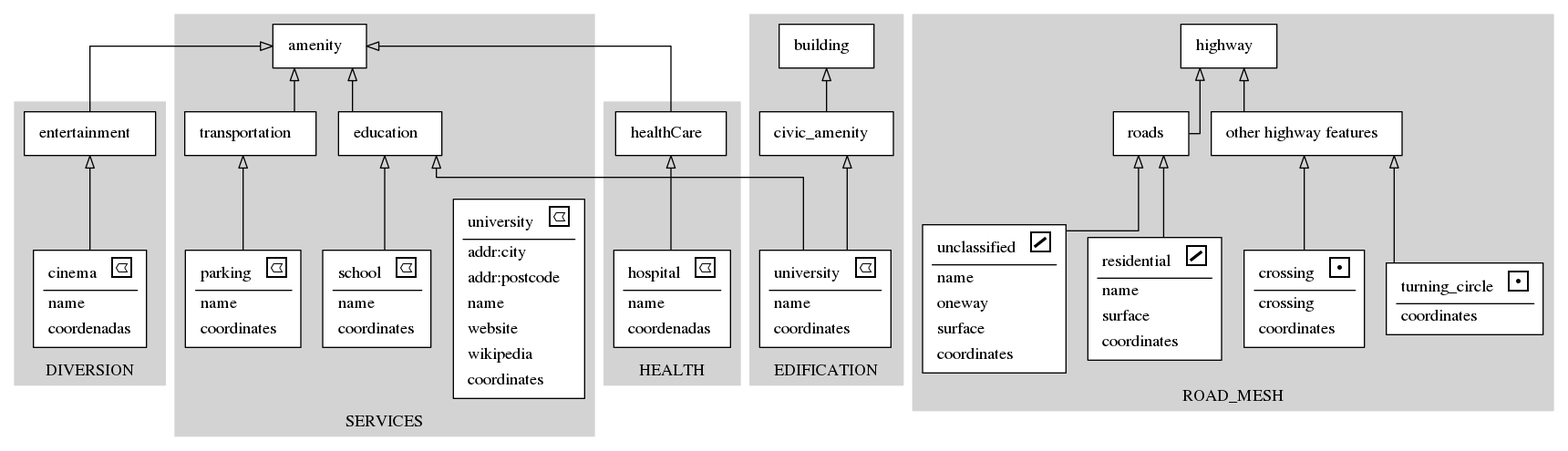
The Graphviz diagram schema.gv.png in vinisperandio/OSM2Diagram_optmizated, before a commit. Its source is kept beside it as schema.gv.
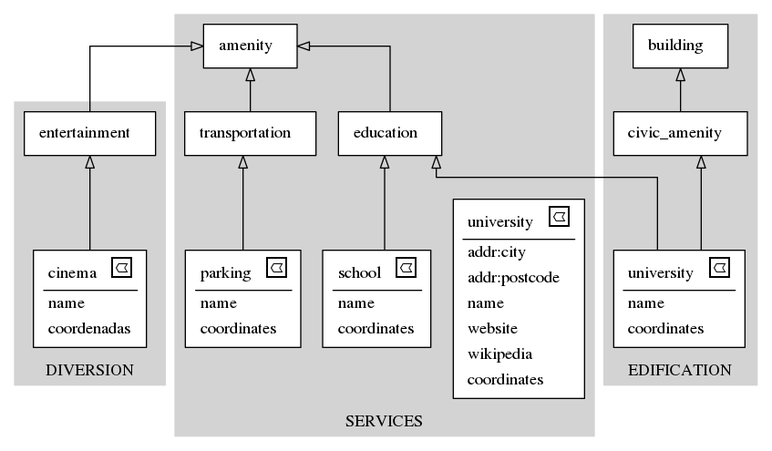
The same diagram one commit later.

Change to the diagram source:
```diff
@@ -102,121 +102,11 @@
 			</TR>
 			</TABLE>>]
 	}
-	subgraph cluster_HEALTH {
-		node [color=black style=filled]
-		color=lightgrey style=filled
-		label=HEALTH
-		8[style = "filled, bold" penwidth = "1" fillcolor="white" label=<
-			<TABLE color="black" border="0">
-			 <TR>
-				<TD align="center"><font color="black">hospital</font>
-				<font FACE="sigmoda" POINT-SIZE="20.0"> e</font></TD>
-			</TR>
-			<hr/>
-			<TR>
-				<TD align="left">name</TD>
-			 </TR>
-			<TR>
-				<TD align="left">coordenadas</TD>
-			 </TR>
-			</TABLE>>]
-		9[style = "filled, bold" penwidth = "1" fillcolor="white" label=<
-			<TABLE color="black" border="0">
-			 <TR>
-				<TD align="center"><font color="black">healthCare</font>  </TD>
-			</TR>
-			</TABLE>>]
-	}
-	subgraph cluster_ROAD_MESH {
-		node [color=black style=filled]
-		color=lightgrey style=filled
-		label=ROAD_MESH
-		10[style = "filled, bold" penwidth = "1" fillcolor="white" label=<
-			<TABLE color="black" border="0">
-			 <TR>
-				<TD align="center"><font color="black">turning_circle</font>
-				<font FACE="sigmoda" POINT-SIZE="20.0"> b</font></TD>
-			</TR>
-			<hr/>
-			<TR>
-				<TD align="left">coordinates</TD>
-			 </TR>
-			</TABLE>>]
-		11[style = "filled, bold" penwidth = "1" fillcolor="white" label=<
-			<TABLE color="black" border="0">
-			 <TR>
-				<TD align="center"><font color="black">highway</font>  </TD>
-			</TR>
-			</TABLE>>]
-		12[style = "filled, bold" penwidth = "1" fillcolor="white" label=<
-			<TABLE color="black" border="0">
-			 <TR>
-				<TD align="center"><font color="black">crossing</font>
-				<font FACE="sigmoda" POINT-SIZE="20.0"> b</font></TD>
-			</TR>
-			<hr/>
-			<TR>
-				<TD align="left">crossing</TD>
-			 </TR>
-			<TR>
-				<TD align="left">coordinates</TD>
-			 </TR>
-			</TABLE>>]
-		13[style = "filled, bold" penwidth = "1" fillcolor="white" label=<
-			<TABLE color="black" border="0">
-			 <TR>
-				<TD align="center"><font color="black">residential</font>
-				<font FACE="sigmoda" POINT-SIZE="20.0"> w</font></TD>
-			</TR>
-			<hr/>
-			<TR>
-				<TD align="left">name</TD>
-			 </TR>
-			<TR>
-				<TD align="left">surface</TD>
-			 </TR>
-			<TR>
-				<TD align="left">coordinates</TD>
-			 </TR>
-			</TABLE>>]
-		14[style = "filled, bold" penwidth = "1" fillcolor="white" label=<
-			<TABLE color="black" border="0">
-			 <TR>
-				<TD align="center"><font color="black">unclassified</font>
-				<font FACE="sigmoda" POINT-SIZE="20.0"> w</font></TD>
-			</TR>
-			<hr/>
-			<TR>
-				<TD align="left">name</TD>
-			 </TR>
-			<TR>
-				<TD align="left">oneway</TD>
-			 </TR>
-			<TR>
-				<TD align="left">surface</TD>
-			 </TR>
-			<TR>
-				<TD align="left">coordinates</TD>
-			 </TR>
-			</TABLE>>]
-		15[style = "filled, bold" penwidth = "1" fillcolor="white" label=<
-			<TABLE color="black" border="0">
-			 <TR>
-				<TD align="center"><font color="black">other highway features</font>  </TD>
-			</TR>
-			</TABLE>>]
-		16[style = "filled, bold" penwidth = "1" fillcolor="white" label=<
-			<TABLE color="black" border="0">
-			 <TR>
-				<TD align="center"><font color="black">roads</font>  </TD>
-			</TR>
-			</TABLE>>]
-	}
 	subgraph cluster_EDIFICATION {
 		node [color=black style=filled]
 		color=lightgrey style=filled
 		label=EDIFICATION
-		17[style = "filled, bold" penwidth = "1" fillcolor="white" label=<
+		8[style = "filled, bold" penwidth = "1" fillcolor="white" label=<
 			<TABLE color="black" border="0">
 			 <TR>
 				<TD align="center"><font color="black">university</font>
@@ -230,13 +120,13 @@
 				<TD align="left">coordinates</TD>
 			 </TR>
 			</TABLE>>]
-		18[style = "filled, bold" penwidth = "1" fillcolor="white" label=<
+		9[style = "filled, bold" penwidth = "1" fillcolor="white" label=<
 			<TABLE color="black" border="0">
 			 <TR>
 				<TD align="center"><font color="black">building</font>  </TD>
 			</TR>
 			</TABLE>>]
-		19[style = "filled, bold" penwidth = "1" fillcolor="white" label=<
+		10[style = "filled, bold" penwidth = "1" fillcolor="white" label=<
 			<TABLE color="black" border="0">
 			 <TR>
 				<TD align="center"><font color="black">civic_amenity</font>  </TD>
@@ -245,21 +135,13 @@
 	}
 		0 -> 1[arrowhead=onormal]
 		1 -> 3[arrowhead=onormal]
-		17 -> 6[arrowhead=onormal]
-		17 -> 19[arrowhead=onormal]
+		8 -> 6[arrowhead=onormal]
+		8 -> 10[arrowhead=onormal]
 		4 -> 6[arrowhead=onormal]
 		5 -> 7[arrowhead=onormal]
 		6 -> 3[arrowhead=onormal]
 		7 -> 3[arrowhead=onormal]
-		8 -> 9[arrowhead=onormal]
-		9 -> 3[arrowhead=onormal]
-		10 -> 15[arrowhead=onormal]
-		12 -> 15[arrowhead=onormal]
-		13 -> 16[arrowhead=onormal]
-		14 -> 16[arrowhead=onormal]
-		15 -> 11[arrowhead=onormal]
-		16 -> 11[arrowhead=onormal]
-		19 -> 18[arrowhead=onormal]
+		10 -> 9[arrowhead=onormal]
 	rankdir=BT
 	splines=ortho
 }
```
